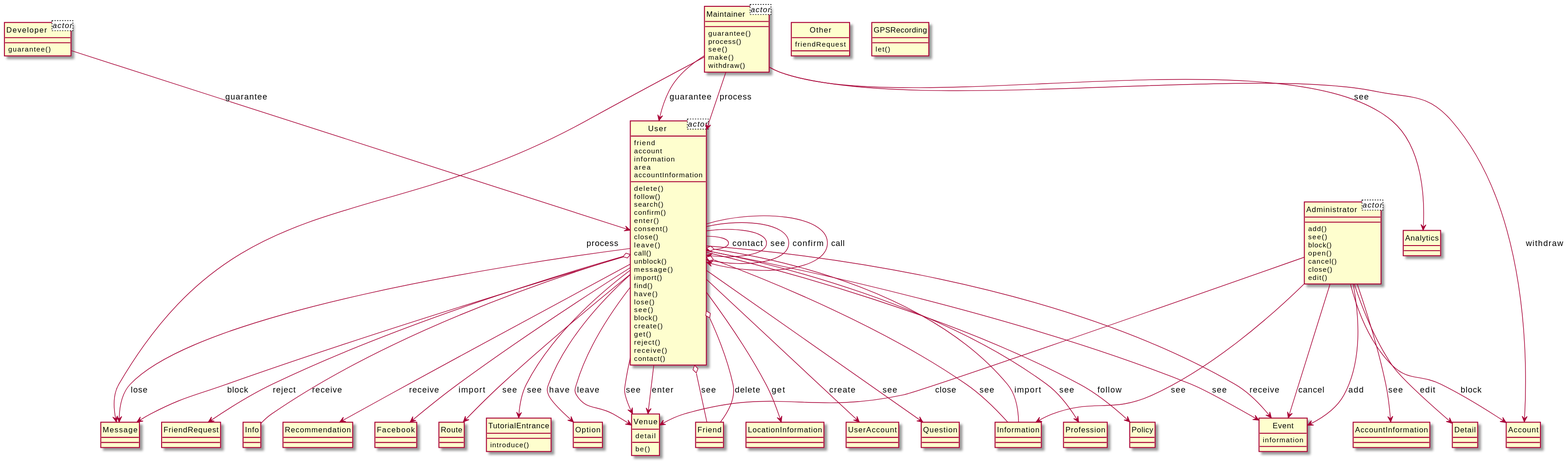
xixixhalu/DomainModelExtractor keeps this PlantUML diagram as output/diagram_5/2018-USC-Project01.svg. Above is the earlier version.
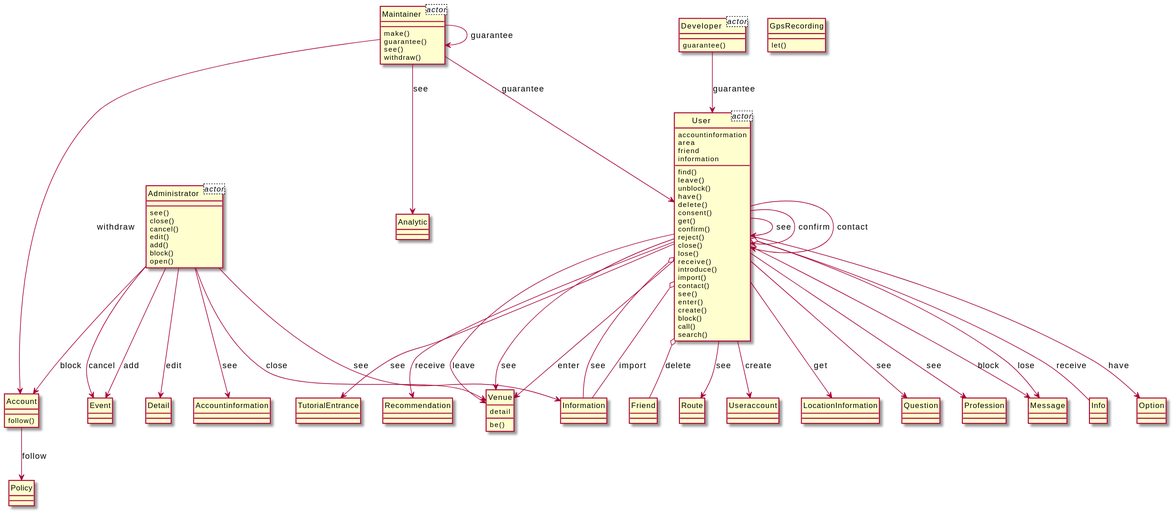
The same file after the commit.

The edit, as a diff of the source:
```diff
@@ -7,145 +7,127 @@
 class Developer<actor> {
 }
 class User<actor> {
+	accountinformation
+	area
 	friend
-	account
 	information
-	area
-	accountInformation
-}
-class Event {
-	information
-}
-class Other {
-	friendRequest
 }
 class Venue {
 	detail
 	be()
 }
 class Administrator {
+	see()
+	close()
+	cancel()
+	edit()
 	add()
-	see()
 	block()
 	open()
-	cancel()
-	close()
-	edit()
 }
-class AccountInformation {
+class Information {
 }
 class User {
+	find()
+	leave()
+	unblock()
+	have()
 	delete()
-	follow()
+	consent()
+	get()
+	confirm()
+	reject()
+	close()
+	lose()
+	receive()
+	introduce()
+	import()
+	contact()
+	see()
+	enter()
+	create()
+	block()
+	call()
 	search()
-	confirm()
-	enter()
-	consent()
-	close()
-	leave()
-	call()
-	unblock()
-	message()
-	import()
-	find()
-	have()
-	lose()
-	see()
-	block()
-	create()
-	get()
-	reject()
-	receive()
-	contact()
-}
-class Friend {
-}
-class Maintainer {
-	guarantee()
-	process()
-	see()
-	make()
-	withdraw()
-}
-class Account {
-}
-class LocationInformation {
-}
-class UserAccount {
 }
 class Developer {
 	guarantee()
 }
+class Friend {
+}
+class Route {
+}
+class Maintainer {
+	make()
+	guarantee()
+	see()
+	withdraw()
+}
+class Analytic {
+}
+class Useraccount {
+}
+class LocationInformation {
+}
 class Question {
-}
-class Information {
 }
 class Profession {
 }
-class Policy {
-}
 class Message {
 }
-class FriendRequest {
+class Account {
+	follow()
+}
+class Accountinformation {
 }
 class Info {
 }
+class Option {
+}
+class TutorialEntrance {
+}
 class Recommendation {
 }
-class Facebook {
+class Policy {
 }
-class Route {
+class GpsRecording {
+	let()
+}
+class Event {
 }
 class Detail {
 }
-class TutorialEntrance {
-	introduce()
-}
-class GPSRecording {
-	let()
-}
-class Analytics {
-}
-class Option {
-}
+Maintainer --> Account : withdraw
+Maintainer --> User : guarantee
+Maintainer --> Maintainer : guarantee
+Developer --> User : guarantee
+User o-- Information : see
+User --> Route : see
+Maintainer --> Analytic : see
+User --> Option : have
 Administrator --> Detail : edit
+User --> Useraccount : create
+User --> TutorialEntrance : see
+User o-- Friend : delete
+User --> Message : block
+User --> LocationInformation : get
+User --> Recommendation : receive
+User --> Question : see
+User --> Venue : leave
+Administrator --> Information : see
+User --> Profession : see
+Account --> Policy : follow
+User --> User : see
+User --> User : confirm
+User --> Venue : see
+User --> Message : lose
+User --> Venue : enter
+Administrator --> Account : block
+Administrator --> Event : cancel
+User o-- Info : receive
+User o-- Information : import
+Administrator --> Venue : close
 Administrator --> Event : add
-Maintainer --> Account : withdraw
-Maintainer --> User : process
-User --> Message : lose
-User --> Venue : leave
-User --> LocationInformation : get
+Administrator --> Accountinformation : see
 User --> User : contact
-User --> Profession : see
-Maintainer --> Message : process
-User --> UserAccount : create
-User --> Policy : follow
-Maintainer --> User : guarantee
-User --> TutorialEntrance : see
-User --> User : see
-User --> Message : block
-Developer --> User : guarantee
-User o-- Information : import
-User --> Venue : see
-User --> FriendRequest : reject
-User --> User : confirm
-User --> User : call
-User o-- Friend : delete
-Maintainer --> Analytics : see
-User --> Event : receive
-User o-- Info : receive
-User --> Option : have
-User --> Question : see
-User --> Recommendation : receive
-User --> Event : see
-Administrator --> Venue : close
-Administrator --> Event : cancel
-Administrator --> AccountInformation : see
-User --> Facebook : import
-User o-- Information : see
-Administrator --> Information : see
-User --> Route : see
-Administrator --> Account : block
-User o-- Friend : see
-User --> Venue : enter
 @enduml
```
